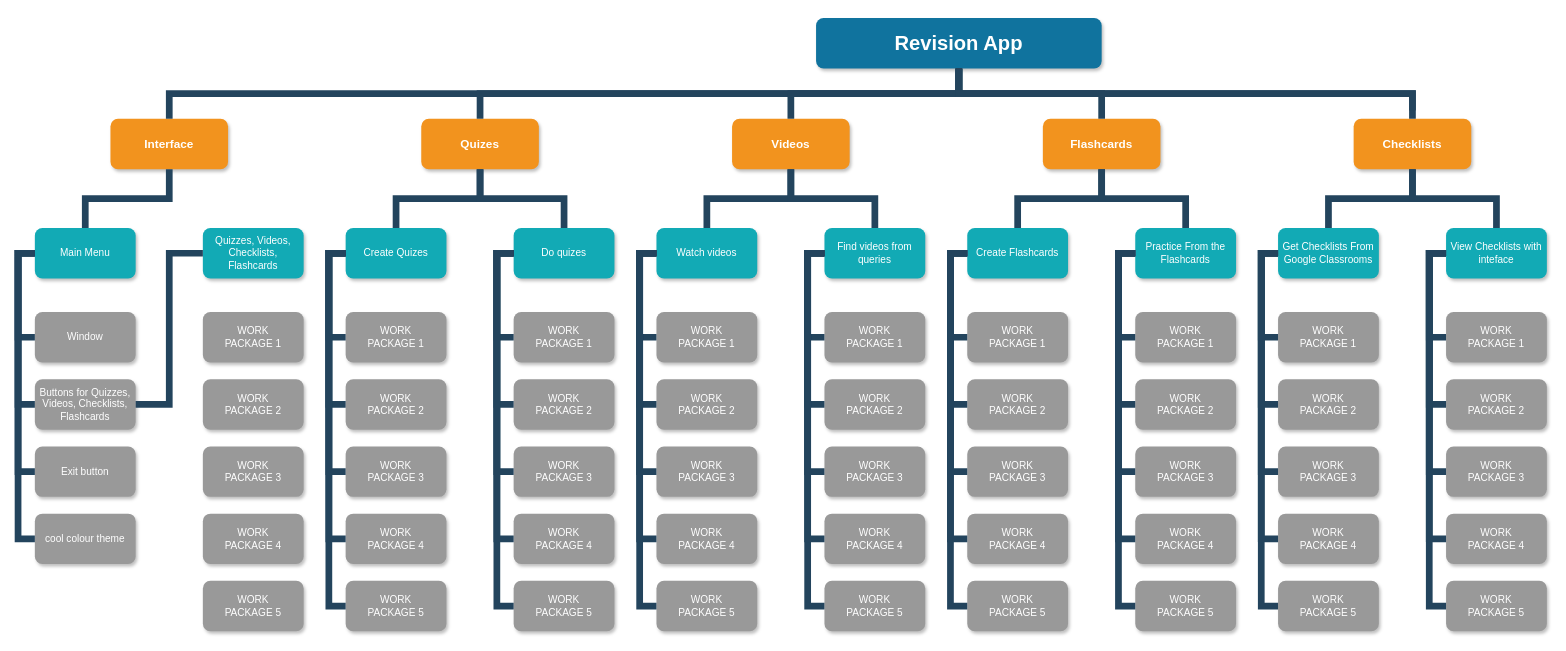
The draw.io diagram Untitled Diagram.drawio in AragornOfKebroyd/AragornOfKebroyd, before the edit. Source tidied: cells renumbered, new cells numbered last; positions are measured from the earlier drawing's top-left corner, leaving out a move shared by most shapes. Both pictures are drawn from the tidied source at 84%, with x=0, y=0 at pixel (18, 18).
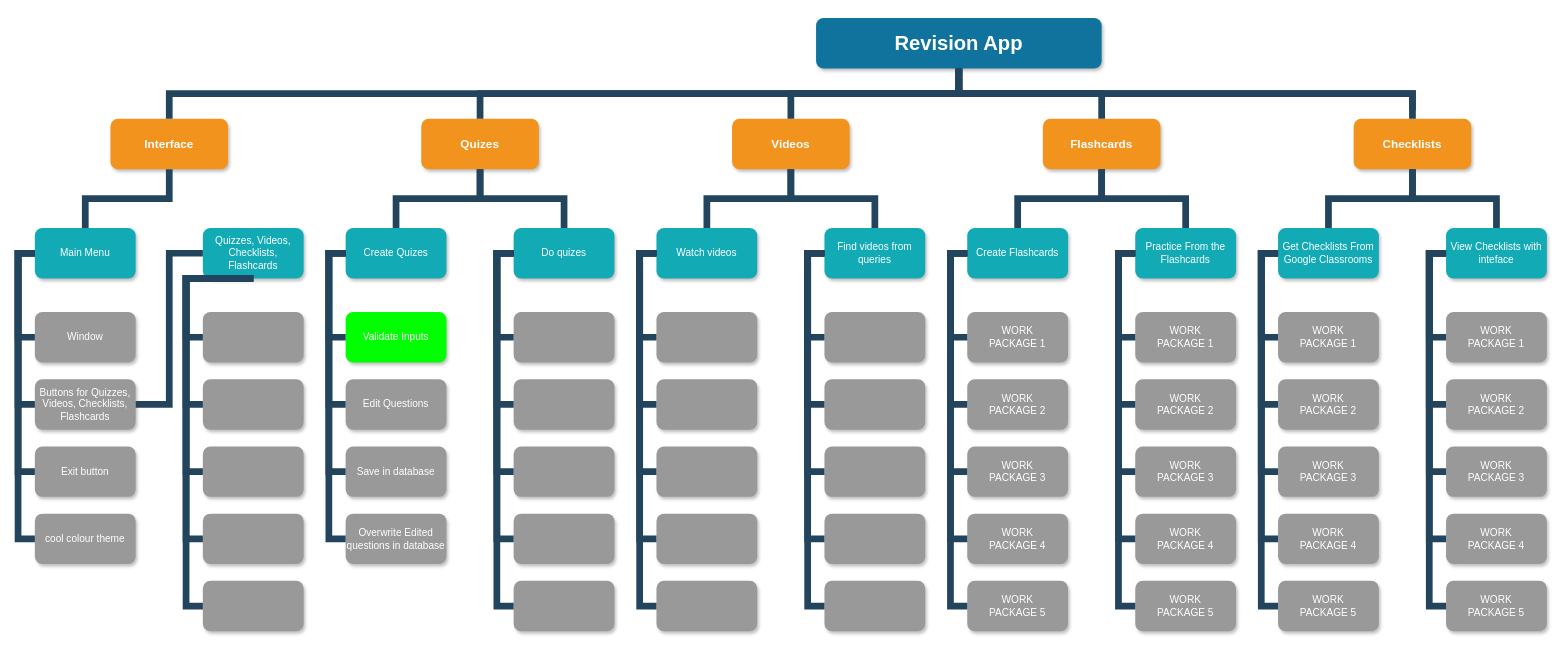
The same diagram, later.

The change refers to these unchanged cells:
```xml
<mxCell id="9" value="Quizzes, Videos, Checklists, Flashcards" style="whiteSpace=wrap;rounded=1;fillColor=#12AAB5;strokeColor=none;shadow=1;fontColor=#FFFFFF;" parent="1" vertex="1">
  <mxGeometry x="220" y="250" width="120" height="60" as="geometry" />
</mxCell>
<mxCell id="19" value="Create Quizes" style="whiteSpace=wrap;rounded=1;fillColor=#12AAB5;strokeColor=none;shadow=1;fontColor=#FFFFFF;" parent="1" vertex="1">
  <mxGeometry x="390" y="250" width="120" height="60" as="geometry" />
</mxCell>
```

The edit, as a diff of the source:
```diff
@@
-    <mxCell id="14" value="WORK&#10;PACKAGE 1" style="whiteSpace=wrap;rounded=1;fillColor=#999999;strokeColor=none;shadow=1;fontColor=#FFFFFF;fontStyle=0;" parent="1" vertex="1">
+    <mxCell id="14" style="whiteSpace=wrap;rounded=1;fillColor=#999999;strokeColor=none;shadow=1;fontColor=#FFFFFF;fontStyle=0;" parent="1" vertex="1">
       <mxGeometry x="220" y="350" width="120" height="60" as="geometry" />
     </mxCell>
-    <mxCell id="15" value="WORK&#10;PACKAGE 2" style="whiteSpace=wrap;rounded=1;fillColor=#999999;strokeColor=none;shadow=1;fontColor=#FFFFFF;fontStyle=0;" parent="1" vertex="1">
+    <mxCell id="15" style="whiteSpace=wrap;rounded=1;fillColor=#999999;strokeColor=none;shadow=1;fontColor=#FFFFFF;fontStyle=0;" parent="1" vertex="1">
       <mxGeometry x="220" y="430" width="120" height="60" as="geometry" />
     </mxCell>
-    <mxCell id="16" value="WORK&#10;PACKAGE 3" style="whiteSpace=wrap;rounded=1;fillColor=#999999;strokeColor=none;shadow=1;fontColor=#FFFFFF;fontStyle=0;" parent="1" vertex="1">
+    <mxCell id="16" style="whiteSpace=wrap;rounded=1;fillColor=#999999;strokeColor=none;shadow=1;fontColor=#FFFFFF;fontStyle=0;" parent="1" vertex="1">
       <mxGeometry x="220" y="510" width="120" height="60" as="geometry" />
     </mxCell>
-    <mxCell id="17" value="WORK&#10;PACKAGE 4" style="whiteSpace=wrap;rounded=1;fillColor=#999999;strokeColor=none;shadow=1;fontColor=#FFFFFF;fontStyle=0;" parent="1" vertex="1">
+    <mxCell id="17" style="whiteSpace=wrap;rounded=1;fillColor=#999999;strokeColor=none;shadow=1;fontColor=#FFFFFF;fontStyle=0;" parent="1" vertex="1">
       <mxGeometry x="220" y="590" width="120" height="60" as="geometry" />
     </mxCell>
-    <mxCell id="18" value="WORK&#10;PACKAGE 5" style="whiteSpace=wrap;rounded=1;fillColor=#999999;strokeColor=none;shadow=1;fontColor=#FFFFFF;fontStyle=0;" parent="1" vertex="1">
+    <mxCell id="18" style="whiteSpace=wrap;rounded=1;fillColor=#999999;strokeColor=none;shadow=1;fontColor=#FFFFFF;fontStyle=0;" parent="1" vertex="1">
       <mxGeometry x="220" y="670" width="120" height="60" as="geometry" />
     </mxCell>
@@
-    <mxCell id="21" value="WORK&#10;PACKAGE 1" style="whiteSpace=wrap;rounded=1;fillColor=#999999;strokeColor=none;shadow=1;fontColor=#FFFFFF;fontStyle=0;" parent="1" vertex="1">
+    <mxCell id="21" value="Validate Inputs" style="whiteSpace=wrap;rounded=1;fillColor=#00FF00;strokeColor=none;shadow=1;fontColor=#FFFFFF;fontStyle=0;" parent="1" vertex="1">
       <mxGeometry x="390" y="350" width="120" height="60" as="geometry" />
     </mxCell>
-    <mxCell id="22" value="WORK&#10;PACKAGE 2" style="whiteSpace=wrap;rounded=1;fillColor=#999999;strokeColor=none;shadow=1;fontColor=#FFFFFF;fontStyle=0;" parent="1" vertex="1">
+    <mxCell id="22" value="Edit Questions" style="whiteSpace=wrap;rounded=1;fillColor=#999999;strokeColor=none;shadow=1;fontColor=#FFFFFF;fontStyle=0;" parent="1" vertex="1">
       <mxGeometry x="390" y="430" width="120" height="60" as="geometry" />
     </mxCell>
-    <mxCell id="23" value="WORK&#10;PACKAGE 3" style="whiteSpace=wrap;rounded=1;fillColor=#999999;strokeColor=none;shadow=1;fontColor=#FFFFFF;fontStyle=0;" parent="1" vertex="1">
+    <mxCell id="23" value="Save in database" style="whiteSpace=wrap;rounded=1;fillColor=#999999;strokeColor=none;shadow=1;fontColor=#FFFFFF;fontStyle=0;" parent="1" vertex="1">
       <mxGeometry x="390" y="510" width="120" height="60" as="geometry" />
     </mxCell>
-    <mxCell id="24" value="WORK&#10;PACKAGE 4" style="whiteSpace=wrap;rounded=1;fillColor=#999999;strokeColor=none;shadow=1;fontColor=#FFFFFF;fontStyle=0;" parent="1" vertex="1">
+    <mxCell id="24" value="Overwrite Edited questions in database" style="whiteSpace=wrap;rounded=1;fillColor=#999999;strokeColor=none;shadow=1;fontColor=#FFFFFF;fontStyle=0;" parent="1" vertex="1">
       <mxGeometry x="390" y="590" width="120" height="60" as="geometry" />
     </mxCell>
-    <mxCell id="25" value="WORK&#10;PACKAGE 5" style="whiteSpace=wrap;rounded=1;fillColor=#999999;strokeColor=none;shadow=1;fontColor=#FFFFFF;fontStyle=0;" parent="1" vertex="1">
-      <mxGeometry x="390" y="670" width="120" height="60" as="geometry" />
-    </mxCell>
-    <mxCell id="26" value="WORK&#10;PACKAGE 1" style="whiteSpace=wrap;rounded=1;fillColor=#999999;strokeColor=none;shadow=1;fontColor=#FFFFFF;fontStyle=0;" parent="1" vertex="1">
+    <mxCell id="26" style="whiteSpace=wrap;rounded=1;fillColor=#999999;strokeColor=none;shadow=1;fontColor=#FFFFFF;fontStyle=0;" parent="1" vertex="1">
       <mxGeometry x="590" y="350" width="120" height="60" as="geometry" />
     </mxCell>
-    <mxCell id="27" value="WORK&#10;PACKAGE 2" style="whiteSpace=wrap;rounded=1;fillColor=#999999;strokeColor=none;shadow=1;fontColor=#FFFFFF;fontStyle=0;" parent="1" vertex="1">
+    <mxCell id="27" style="whiteSpace=wrap;rounded=1;fillColor=#999999;strokeColor=none;shadow=1;fontColor=#FFFFFF;fontStyle=0;" parent="1" vertex="1">
       <mxGeometry x="590" y="430" width="120" height="60" as="geometry" />
     </mxCell>
-    <mxCell id="28" value="WORK&#10;PACKAGE 3" style="whiteSpace=wrap;rounded=1;fillColor=#999999;strokeColor=none;shadow=1;fontColor=#FFFFFF;fontStyle=0;" parent="1" vertex="1">
+    <mxCell id="28" style="whiteSpace=wrap;rounded=1;fillColor=#999999;strokeColor=none;shadow=1;fontColor=#FFFFFF;fontStyle=0;" parent="1" vertex="1">
       <mxGeometry x="590" y="510" width="120" height="60" as="geometry" />
     </mxCell>
-    <mxCell id="29" value="WORK&#10;PACKAGE 4" style="whiteSpace=wrap;rounded=1;fillColor=#999999;strokeColor=none;shadow=1;fontColor=#FFFFFF;fontStyle=0;" parent="1" vertex="1">
+    <mxCell id="29" style="whiteSpace=wrap;rounded=1;fillColor=#999999;strokeColor=none;shadow=1;fontColor=#FFFFFF;fontStyle=0;" parent="1" vertex="1">
       <mxGeometry x="590" y="590" width="120" height="60" as="geometry" />
     </mxCell>
-    <mxCell id="30" value="WORK&#10;PACKAGE 5" style="whiteSpace=wrap;rounded=1;fillColor=#999999;strokeColor=none;shadow=1;fontColor=#FFFFFF;fontStyle=0;" parent="1" vertex="1">
+    <mxCell id="30" style="whiteSpace=wrap;rounded=1;fillColor=#999999;strokeColor=none;shadow=1;fontColor=#FFFFFF;fontStyle=0;" parent="1" vertex="1">
       <mxGeometry x="590" y="670" width="120" height="60" as="geometry" />
     </mxCell>
@@
-    <mxCell id="41" style="edgeStyle=elbowEdgeStyle;elbow=horizontal;rounded=0;fontColor=#000000;endArrow=none;endFill=0;strokeWidth=8;strokeColor=#23445D;" parent="1" edge="1" source="19" target="25">
-      <mxGeometry relative="1" as="geometry">
-        <Array as="points">
-          <mxPoint x="370" y="500" />
-        </Array>
-      </mxGeometry>
-    </mxCell>
@@
-    <mxCell id="51" value="WORK&#10;PACKAGE 1" style="whiteSpace=wrap;rounded=1;fillColor=#999999;strokeColor=none;shadow=1;fontColor=#FFFFFF;fontStyle=0;" parent="1" vertex="1">
+    <mxCell id="51" style="whiteSpace=wrap;rounded=1;fillColor=#999999;strokeColor=none;shadow=1;fontColor=#FFFFFF;fontStyle=0;" parent="1" vertex="1">
       <mxGeometry x="760" y="350" width="120" height="60" as="geometry" />
     </mxCell>
-    <mxCell id="52" value="WORK&#10;PACKAGE 2" style="whiteSpace=wrap;rounded=1;fillColor=#999999;strokeColor=none;shadow=1;fontColor=#FFFFFF;fontStyle=0;" parent="1" vertex="1">
+    <mxCell id="52" style="whiteSpace=wrap;rounded=1;fillColor=#999999;strokeColor=none;shadow=1;fontColor=#FFFFFF;fontStyle=0;" parent="1" vertex="1">
       <mxGeometry x="760" y="430" width="120" height="60" as="geometry" />
     </mxCell>
-    <mxCell id="53" value="WORK&#10;PACKAGE 3" style="whiteSpace=wrap;rounded=1;fillColor=#999999;strokeColor=none;shadow=1;fontColor=#FFFFFF;fontStyle=0;" parent="1" vertex="1">
+    <mxCell id="53" style="whiteSpace=wrap;rounded=1;fillColor=#999999;strokeColor=none;shadow=1;fontColor=#FFFFFF;fontStyle=0;" parent="1" vertex="1">
       <mxGeometry x="760" y="510" width="120" height="60" as="geometry" />
     </mxCell>
-    <mxCell id="54" value="WORK&#10;PACKAGE 4" style="whiteSpace=wrap;rounded=1;fillColor=#999999;strokeColor=none;shadow=1;fontColor=#FFFFFF;fontStyle=0;" parent="1" vertex="1">
+    <mxCell id="54" style="whiteSpace=wrap;rounded=1;fillColor=#999999;strokeColor=none;shadow=1;fontColor=#FFFFFF;fontStyle=0;" parent="1" vertex="1">
       <mxGeometry x="760" y="590" width="120" height="60" as="geometry" />
     </mxCell>
-    <mxCell id="55" value="WORK&#10;PACKAGE 5" style="whiteSpace=wrap;rounded=1;fillColor=#999999;strokeColor=none;shadow=1;fontColor=#FFFFFF;fontStyle=0;" parent="1" vertex="1">
+    <mxCell id="55" style="whiteSpace=wrap;rounded=1;fillColor=#999999;strokeColor=none;shadow=1;fontColor=#FFFFFF;fontStyle=0;" parent="1" vertex="1">
       <mxGeometry x="760" y="670" width="120" height="60" as="geometry" />
     </mxCell>
-    <mxCell id="56" value="WORK&#10;PACKAGE 1" style="whiteSpace=wrap;rounded=1;fillColor=#999999;strokeColor=none;shadow=1;fontColor=#FFFFFF;fontStyle=0;" parent="1" vertex="1">
+    <mxCell id="56" style="whiteSpace=wrap;rounded=1;fillColor=#999999;strokeColor=none;shadow=1;fontColor=#FFFFFF;fontStyle=0;" parent="1" vertex="1">
       <mxGeometry x="960" y="350" width="120" height="60" as="geometry" />
     </mxCell>
-    <mxCell id="57" value="WORK&#10;PACKAGE 2" style="whiteSpace=wrap;rounded=1;fillColor=#999999;strokeColor=none;shadow=1;fontColor=#FFFFFF;fontStyle=0;" parent="1" vertex="1">
+    <mxCell id="57" style="whiteSpace=wrap;rounded=1;fillColor=#999999;strokeColor=none;shadow=1;fontColor=#FFFFFF;fontStyle=0;" parent="1" vertex="1">
       <mxGeometry x="960" y="430" width="120" height="60" as="geometry" />
     </mxCell>
-    <mxCell id="58" value="WORK&#10;PACKAGE 3" style="whiteSpace=wrap;rounded=1;fillColor=#999999;strokeColor=none;shadow=1;fontColor=#FFFFFF;fontStyle=0;" parent="1" vertex="1">
+    <mxCell id="58" style="whiteSpace=wrap;rounded=1;fillColor=#999999;strokeColor=none;shadow=1;fontColor=#FFFFFF;fontStyle=0;" parent="1" vertex="1">
       <mxGeometry x="960" y="510" width="120" height="60" as="geometry" />
     </mxCell>
-    <mxCell id="59" value="WORK&#10;PACKAGE 4" style="whiteSpace=wrap;rounded=1;fillColor=#999999;strokeColor=none;shadow=1;fontColor=#FFFFFF;fontStyle=0;" parent="1" vertex="1">
+    <mxCell id="59" style="whiteSpace=wrap;rounded=1;fillColor=#999999;strokeColor=none;shadow=1;fontColor=#FFFFFF;fontStyle=0;" parent="1" vertex="1">
       <mxGeometry x="960" y="590" width="120" height="60" as="geometry" />
     </mxCell>
-    <mxCell id="60" value="WORK&#10;PACKAGE 5" style="whiteSpace=wrap;rounded=1;fillColor=#999999;strokeColor=none;shadow=1;fontColor=#FFFFFF;fontStyle=0;" parent="1" vertex="1">
+    <mxCell id="60" style="whiteSpace=wrap;rounded=1;fillColor=#999999;strokeColor=none;shadow=1;fontColor=#FFFFFF;fontStyle=0;" parent="1" vertex="1">
       <mxGeometry x="960" y="670" width="120" height="60" as="geometry" />
     </mxCell>
@@
+    <mxCell id="127" style="edgeStyle=elbowEdgeStyle;rounded=0;fontColor=#000000;endArrow=none;endFill=0;strokeWidth=8;strokeColor=#23445D;entryX=0.5;entryY=1;entryDx=0;entryDy=0;exitX=0;exitY=0.5;exitDx=0;exitDy=0;" parent="1" edge="1" source="14" target="9">
+      <mxGeometry relative="1" as="geometry">
+        <Array as="points">
+          <mxPoint x="200" y="350" />
+        </Array>
+      </mxGeometry>
+    </mxCell>
+    <mxCell id="128" style="edgeStyle=elbowEdgeStyle;rounded=0;fontColor=#000000;endArrow=none;endFill=0;strokeWidth=8;strokeColor=#23445D;entryX=0.5;entryY=1;entryDx=0;entryDy=0;" parent="1" edge="1">
+      <mxGeometry relative="1" as="geometry">
+        <mxPoint x="220" y="460" as="sourcePoint" />
+        <mxPoint x="280" y="310" as="targetPoint" />
+        <Array as="points">
+          <mxPoint x="200" y="350" />
+        </Array>
+      </mxGeometry>
+    </mxCell>
+    <mxCell id="129" style="edgeStyle=elbowEdgeStyle;rounded=0;fontColor=#000000;endArrow=none;endFill=0;strokeWidth=8;strokeColor=#23445D;entryX=0.5;entryY=1;entryDx=0;entryDy=0;" parent="1" edge="1">
+      <mxGeometry relative="1" as="geometry">
+        <mxPoint x="220" y="540" as="sourcePoint" />
+        <mxPoint x="280" y="310" as="targetPoint" />
+        <Array as="points">
+          <mxPoint x="200" y="350" />
+        </Array>
+      </mxGeometry>
+    </mxCell>
+    <mxCell id="130" style="edgeStyle=elbowEdgeStyle;rounded=0;fontColor=#000000;endArrow=none;endFill=0;strokeWidth=8;strokeColor=#23445D;entryX=0.5;entryY=1;entryDx=0;entryDy=0;exitX=0;exitY=0.5;exitDx=0;exitDy=0;" parent="1" edge="1" source="17">
+      <mxGeometry relative="1" as="geometry">
+        <mxPoint x="280" y="310" as="targetPoint" />
+        <Array as="points">
+          <mxPoint x="200" y="350" />
+        </Array>
+      </mxGeometry>
+    </mxCell>
+    <mxCell id="131" style="edgeStyle=elbowEdgeStyle;rounded=0;fontColor=#000000;endArrow=none;endFill=0;strokeWidth=8;strokeColor=#23445D;entryX=0.5;entryY=1;entryDx=0;entryDy=0;exitX=0;exitY=0.5;exitDx=0;exitDy=0;" parent="1" edge="1" source="18">
+      <mxGeometry relative="1" as="geometry">
+        <mxPoint x="280" y="310" as="targetPoint" />
+        <Array as="points">
+          <mxPoint x="200" y="350" />
+        </Array>
+      </mxGeometry>
+    </mxCell>
```
